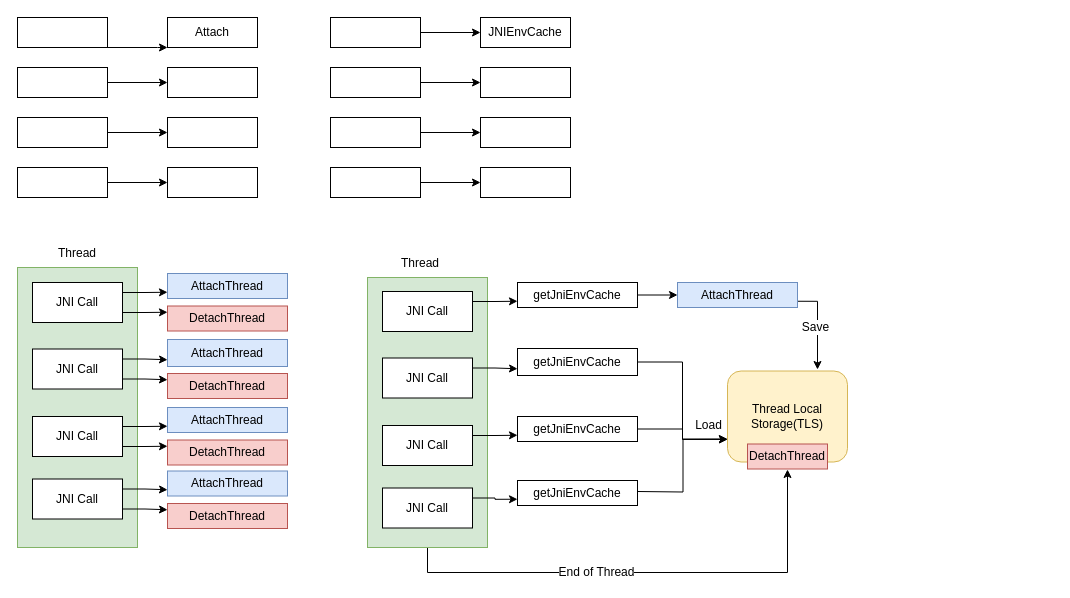
Above: page "Page-2" (2 of 2) of AL.drawio in muupu/Asyevent (draw.io), before the change. Source tidied: cells renumbered, new cells numbered last; positions are measured from the earlier drawing's top-left corner, leaving out a move shared by most shapes. Both pictures are drawn from the tidied source at 100%, with x=0, y=0 at pixel (17, 17).
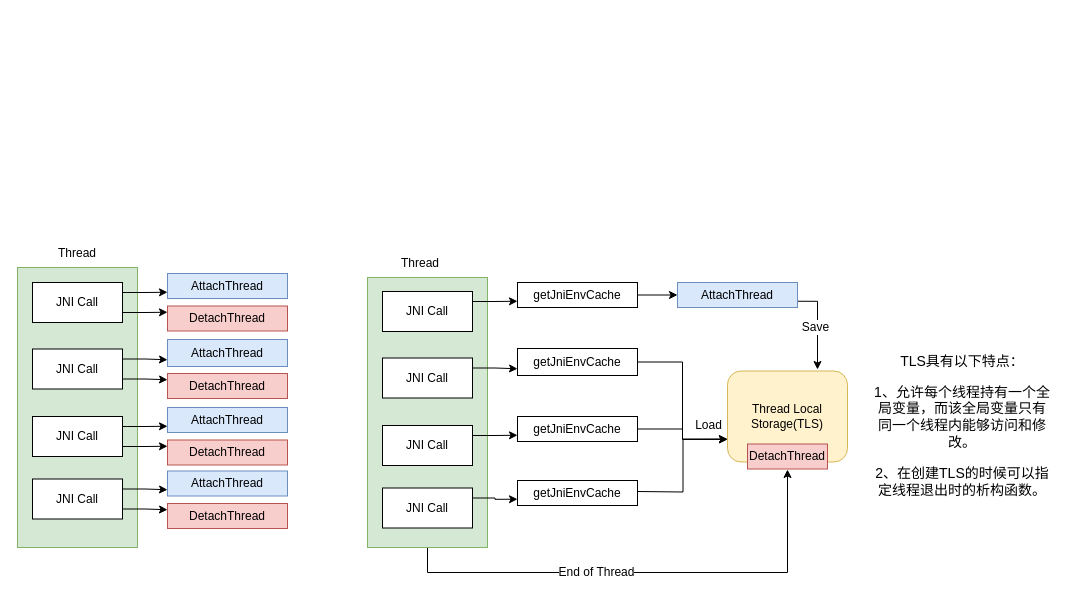
Above is the later version.

Diff of the diagram source:
```diff
@@
-    <mxCell id="2" style="edgeStyle=orthogonalEdgeStyle;rounded=0;jettySize=auto;html=1;" parent="1" edge="1" source="3" target="10">
-      <mxGeometry relative="1" as="geometry">
-        <Array as="points">
-          <mxPoint x="140" y="30" />
-          <mxPoint x="140" y="30" />
-        </Array>
-      </mxGeometry>
-    </mxCell>
-    <mxCell id="3" style="rounded=0;whiteSpace=wrap;html=1;" parent="1" vertex="1">
-      <mxGeometry width="90" height="30" as="geometry" />
-    </mxCell>
-    <mxCell id="4" style="edgeStyle=orthogonalEdgeStyle;rounded=0;jettySize=auto;html=1;" parent="1" edge="1" source="5" target="11">
-      <mxGeometry relative="1" as="geometry" />
-    </mxCell>
-    <mxCell id="5" style="rounded=0;whiteSpace=wrap;html=1;" parent="1" vertex="1">
-      <mxGeometry y="150" width="90" height="30" as="geometry" />
-    </mxCell>
-    <mxCell id="6" style="edgeStyle=orthogonalEdgeStyle;rounded=0;jettySize=auto;html=1;" parent="1" edge="1" source="7" target="12">
-      <mxGeometry relative="1" as="geometry" />
-    </mxCell>
-    <mxCell id="7" style="rounded=0;whiteSpace=wrap;html=1;" parent="1" vertex="1">
-      <mxGeometry y="50" width="90" height="30" as="geometry" />
-    </mxCell>
-    <mxCell id="8" style="edgeStyle=orthogonalEdgeStyle;rounded=0;jettySize=auto;html=1;" parent="1" edge="1" source="9" target="13">
-      <mxGeometry relative="1" as="geometry" />
-    </mxCell>
-    <mxCell id="9" style="rounded=0;whiteSpace=wrap;html=1;" parent="1" vertex="1">
-      <mxGeometry y="100" width="90" height="30" as="geometry" />
-    </mxCell>
-    <mxCell id="10" value="Attach" style="rounded=0;whiteSpace=wrap;html=1;" parent="1" vertex="1">
-      <mxGeometry x="150" width="90" height="30" as="geometry" />
-    </mxCell>
-    <mxCell id="11" style="rounded=0;whiteSpace=wrap;html=1;" parent="1" vertex="1">
-      <mxGeometry x="150" y="150" width="90" height="30" as="geometry" />
-    </mxCell>
-    <mxCell id="12" style="rounded=0;whiteSpace=wrap;html=1;" parent="1" vertex="1">
-      <mxGeometry x="150" y="50" width="90" height="30" as="geometry" />
-    </mxCell>
-    <mxCell id="13" style="rounded=0;whiteSpace=wrap;html=1;" parent="1" vertex="1">
-      <mxGeometry x="150" y="100" width="90" height="30" as="geometry" />
-    </mxCell>
-    <mxCell id="14" style="edgeStyle=orthogonalEdgeStyle;rounded=0;jettySize=auto;html=1;" parent="1" edge="1" source="15" target="22">
-      <mxGeometry relative="1" as="geometry" />
-    </mxCell>
-    <mxCell id="15" style="rounded=0;whiteSpace=wrap;html=1;" parent="1" vertex="1">
-      <mxGeometry x="313" width="90" height="30" as="geometry" />
-    </mxCell>
-    <mxCell id="16" style="edgeStyle=orthogonalEdgeStyle;rounded=0;jettySize=auto;html=1;" parent="1" edge="1" source="17" target="23">
-      <mxGeometry relative="1" as="geometry" />
-    </mxCell>
-    <mxCell id="17" style="rounded=0;whiteSpace=wrap;html=1;" parent="1" vertex="1">
-      <mxGeometry x="313" y="150" width="90" height="30" as="geometry" />
-    </mxCell>
-    <mxCell id="18" style="edgeStyle=orthogonalEdgeStyle;rounded=0;jettySize=auto;html=1;" parent="1" edge="1" source="19" target="24">
-      <mxGeometry relative="1" as="geometry" />
-    </mxCell>
-    <mxCell id="19" style="rounded=0;whiteSpace=wrap;html=1;" parent="1" vertex="1">
-      <mxGeometry x="313" y="50" width="90" height="30" as="geometry" />
-    </mxCell>
-    <mxCell id="20" style="edgeStyle=orthogonalEdgeStyle;rounded=0;jettySize=auto;html=1;" parent="1" edge="1" source="21" target="25">
-      <mxGeometry relative="1" as="geometry" />
-    </mxCell>
-    <mxCell id="21" style="rounded=0;whiteSpace=wrap;html=1;" parent="1" vertex="1">
-      <mxGeometry x="313" y="100" width="90" height="30" as="geometry" />
-    </mxCell>
-    <mxCell id="22" value="JNIEnvCache" style="rounded=0;whiteSpace=wrap;html=1;" parent="1" vertex="1">
-      <mxGeometry x="463" width="90" height="30" as="geometry" />
-    </mxCell>
-    <mxCell id="23" style="rounded=0;whiteSpace=wrap;html=1;" parent="1" vertex="1">
-      <mxGeometry x="463" y="150" width="90" height="30" as="geometry" />
-    </mxCell>
-    <mxCell id="24" style="rounded=0;whiteSpace=wrap;html=1;" parent="1" vertex="1">
-      <mxGeometry x="463" y="50" width="90" height="30" as="geometry" />
-    </mxCell>
-    <mxCell id="25" style="rounded=0;whiteSpace=wrap;html=1;" parent="1" vertex="1">
-      <mxGeometry x="463" y="100" width="90" height="30" as="geometry" />
-    </mxCell>
@@
+    <mxCell id="74" value="&lt;p style=&quot;font-size: 14px&quot;&gt;&lt;span style=&quot;font-size: 14px&quot;&gt;TLS&lt;/span&gt;具有以下特点：&lt;/p&gt;&lt;p style=&quot;font-size: 14px&quot;&gt;&lt;span style=&quot;font-size: 14px&quot;&gt;1&lt;/span&gt;、允许每个线程持有一个全局变量，而该全局变量只有同一个线程内能够访问和修改。&lt;/p&gt;&lt;p style=&quot;font-size: 14px&quot;&gt;&lt;span style=&quot;font-size: 14px&quot;&gt;2&lt;/span&gt;、在创建&lt;span style=&quot;font-size: 14px&quot;&gt;TLS&lt;/span&gt;的时候可以指定线程退出时的析构函数。&lt;/p&gt;" style="text;html=1;strokeColor=none;fillColor=none;align=center;verticalAlign=middle;whiteSpace=wrap;rounded=0;fontSize=14;" parent="1" vertex="1">
+      <mxGeometry x="855" y="396.5" width="180" height="23" as="geometry" />
+    </mxCell>
```
